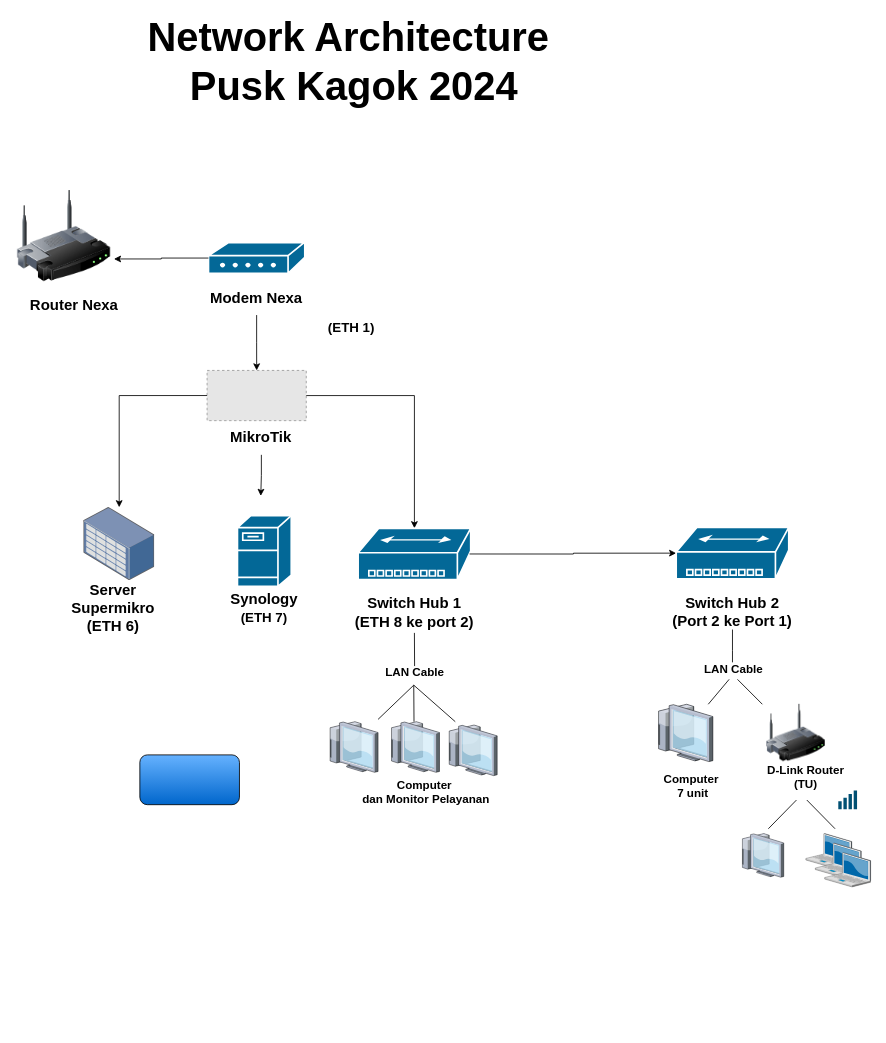
dindahusnaa/DindaHusnaa keeps this draw.io diagram as Untitled Diagram.drawio. Above is the earlier version. Source tidied: cells renumbered, new cells numbered last; positions are measured from the earlier drawing's top-left corner, leaving out a move shared by most shapes. Both pictures are drawn from the tidied source at 83%, with x=0, y=0 at pixel (13, 41). Pictures stored in the file or linked from it are replaced by grey dashed boxes.
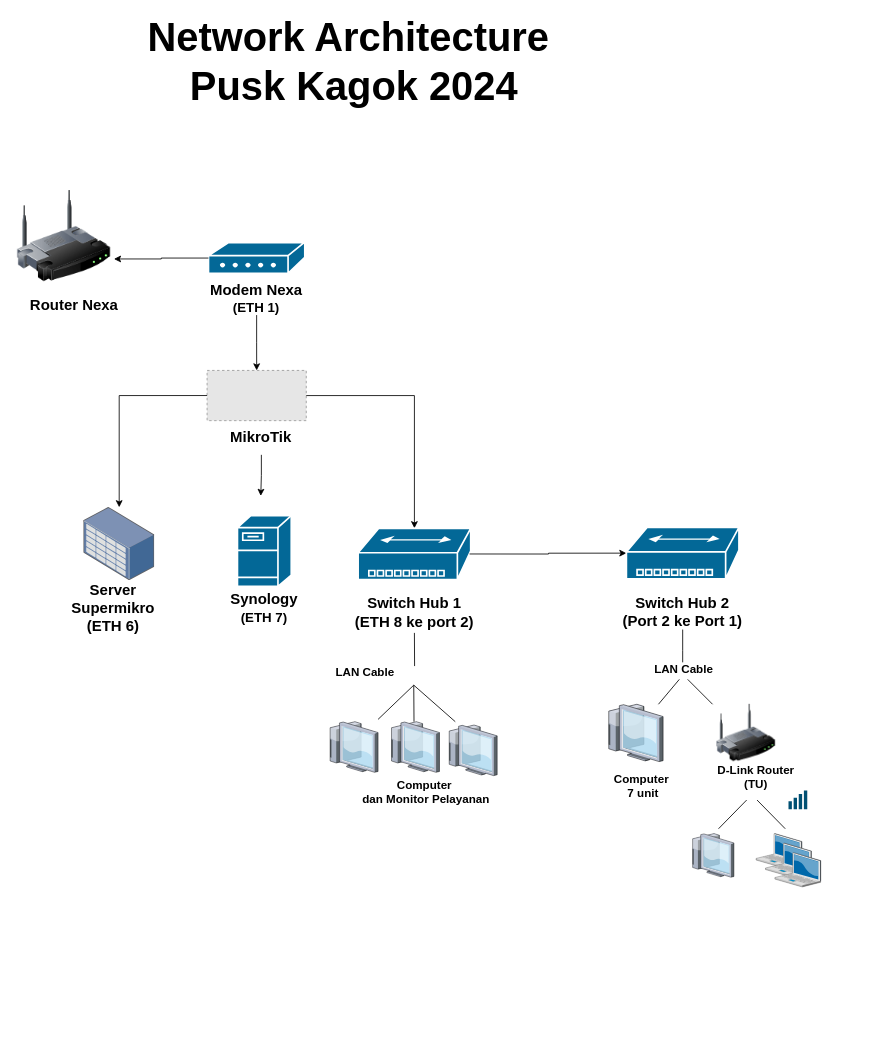
The same page after the edit.

The change refers to these unchanged cells:
```xml
<mxCell id="3" style="group;" parent="1" vertex="1">
  <mxGeometry x="0.3" y="180" width="952.7" height="1010" as="geometry" />
</mxCell>
<mxCell id="32" style="group;" parent="1" vertex="1">
  <mxGeometry x="592.5" y="770" width="440" height="250" as="geometry" />
</mxCell>
<mxCell id="37" style="verticalLabelPosition=bottom;sketch=0;html=1;verticalAlign=top;strokeColor=none;align=center;outlineConnect=0;shape=mxgraph.citrix.thin_client;fontFamily=Helvetica;fontSize=14;fontColor=default;fillColor=#66B2FF;gradientColor=#0066CC;" parent="35" vertex="1">
  <mxGeometry x="11.3" width="69.1" height="69.1" as="geometry" />
</mxCell>
```

Change to the diagram source:
```diff
@@
-    <mxCell id="5" value="&lt;font style=&quot;font-size: 18px;&quot;&gt;&lt;b&gt;Modem Nexa&lt;br&gt;&lt;/b&gt;&lt;/font&gt;" style="text;html=1;strokeColor=none;fillColor=none;align=center;verticalAlign=middle;whiteSpace=wrap;rounded=0;" parent="3" vertex="1">
+    <mxCell id="5" value="&lt;div&gt;&lt;font style=&quot;font-size: 18px;&quot;&gt;&lt;b&gt;Modem Nexa&lt;/b&gt;&lt;/font&gt;&lt;/div&gt;&lt;div&gt;&lt;font size=&quot;3&quot;&gt;&lt;b&gt;(ETH 1)&lt;/b&gt;&lt;/font&gt;&lt;/div&gt;" style="text;html=1;strokeColor=none;fillColor=none;align=center;verticalAlign=middle;whiteSpace=wrap;rounded=0;" parent="3" vertex="1">
       <mxGeometry x="231" y="110" width="122.8" height="40.1" as="geometry" />
     </mxCell>
@@
+    <mxCell id="55" style="group;" parent="3" vertex="1">
+      <mxGeometry x="718.7" y="406" width="174" height="148" as="geometry" />
+    </mxCell>
-    <mxCell id="25" style="shape=mxgraph.cisco.hubs_and_gateways.small_hub;sketch=0;html=1;dashed=0;fillColor=#036897;strokeColor=#ffffff;strokeWidth=2;verticalLabelPosition=bottom;verticalAlign=top;align=center;outlineConnect=0;" parent="3" vertex="1">
-      <mxGeometry x="797.9" y="406" width="135.6" height="61.9" as="geometry" />
+    <mxCell id="25" style="shape=mxgraph.cisco.hubs_and_gateways.small_hub;sketch=0;html=1;dashed=0;fillColor=#036897;strokeColor=#ffffff;strokeWidth=2;verticalLabelPosition=bottom;verticalAlign=top;align=center;outlineConnect=0;" parent="55" vertex="1">
+      <mxGeometry x="19.2" width="135.6" height="61.9" as="geometry" />
     </mxCell>
-    <mxCell id="26" style="edgeStyle=orthogonalEdgeStyle;rounded=0;jettySize=auto;html=1;fontFamily=Helvetica;fontSize=14;fontColor=default;" parent="3" edge="1" source="29">
+    <mxCell id="26" style="edgeStyle=orthogonalEdgeStyle;rounded=0;jettySize=auto;html=1;fontFamily=Helvetica;fontSize=14;fontColor=default;" parent="55" edge="1" source="29">
       <mxGeometry relative="1" as="geometry">
-        <mxPoint x="865.7" y="579" as="targetPoint" />
+        <mxPoint x="87" y="173" as="targetPoint" />
         <Array as="points">
-          <mxPoint x="865.7" y="554" />
-          <mxPoint x="865.7" y="554" />
+          <mxPoint x="87" y="148" />
+          <mxPoint x="87" y="148" />
         </Array>
       </mxGeometry>
     </mxCell>
@@
-    <mxCell id="29" value="&lt;font style=&quot;font-size: 18px;&quot;&gt;&lt;span&gt;Switch Hub 2&lt;/span&gt;&lt;br&gt;(Port 2 ke Port 1)&lt;/font&gt;" style="text;html=1;strokeColor=none;fillColor=none;align=center;verticalAlign=middle;whiteSpace=wrap;rounded=0;fontStyle=1;" parent="3" vertex="1">
-      <mxGeometry x="778.7" y="487.8" width="174" height="41.2" as="geometry" />
+    <mxCell id="29" value="&lt;font style=&quot;font-size: 18px;&quot;&gt;&lt;span&gt;Switch Hub 2&lt;/span&gt;&lt;br&gt;(Port 2 ke Port 1)&lt;/font&gt;" style="text;html=1;strokeColor=none;fillColor=none;align=center;verticalAlign=middle;whiteSpace=wrap;rounded=0;fontStyle=1;" parent="55" vertex="1">
+      <mxGeometry y="81.8" width="174" height="41.2" as="geometry" />
     </mxCell>
-    <mxCell id="30" value="&lt;font size=&quot;3&quot;&gt;&lt;b&gt;(ETH 1)&lt;/b&gt;&lt;/font&gt;" style="text;html=1;strokeColor=none;fillColor=none;align=center;verticalAlign=middle;whiteSpace=wrap;rounded=0;" parent="3" vertex="1">
-      <mxGeometry x="361.7" y="150.1" width="90.4" height="30.2" as="geometry" />
-    </mxCell>
-    <mxCell id="31" style="rounded=1;whiteSpace=wrap;html=1;align=center;verticalAlign=top;fontFamily=Helvetica;fontSize=14;fontColor=default;fillColor=#66B2FF;gradientColor=#0066CC;" parent="3" vertex="1">
-      <mxGeometry x="151.7" y="680" width="120" height="60" as="geometry" />
-    </mxCell>
@@
     <mxCell id="33" style="endArrow=none;html=1;rounded=0;fontFamily=Helvetica;fontSize=14;fontColor=default;" parent="32" edge="1" source="37">
       <mxGeometry relative="1" as="geometry">
-        <mxPoint x="269.5" y="-1" as="targetPoint" />
+        <mxPoint x="209.5" y="-1" as="targetPoint" />
       </mxGeometry>
     </mxCell>
     <mxCell id="34" style="endArrow=none;html=1;rounded=0;fontFamily=Helvetica;fontSize=14;fontColor=default;" parent="32" edge="1">
       <mxGeometry relative="1" as="geometry">
-        <mxPoint x="309.5" y="29" as="sourcePoint" />
-        <mxPoint x="279.5" y="-1" as="targetPoint" />
+        <mxPoint x="249.5" y="29" as="sourcePoint" />
+        <mxPoint x="219.5" y="-1" as="targetPoint" />
       </mxGeometry>
     </mxCell>
     <mxCell id="35" style="group;" parent="32" vertex="1">
-      <mxGeometry x="169.5" y="29" width="270.5" height="221" as="geometry" />
+      <mxGeometry x="109.5" y="29" width="270.5" height="221" as="geometry" />
     </mxCell>
```
